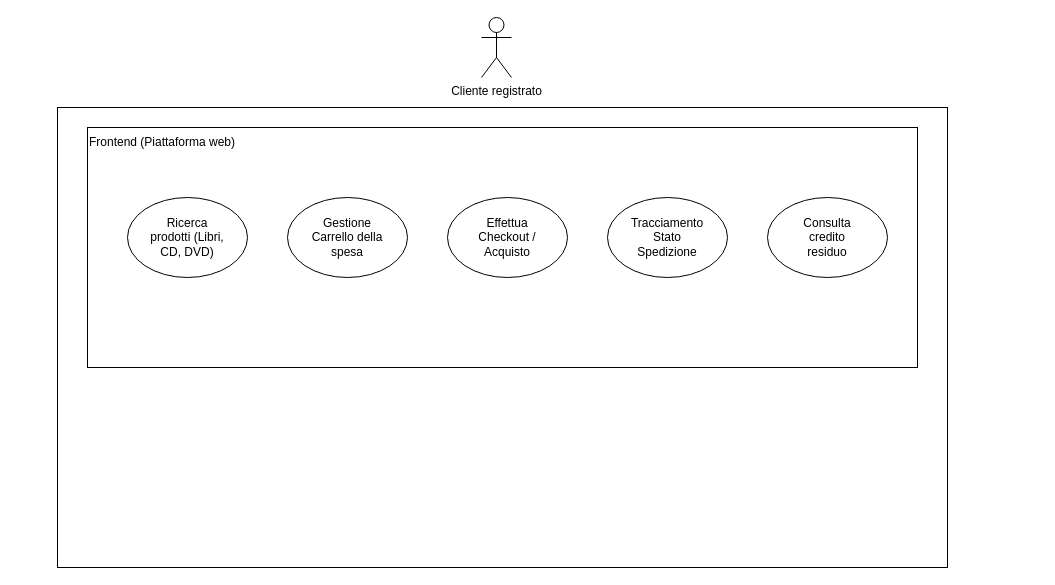
taskos07/UML-casi-pratici keeps this draw.io diagram as Esercizio.drawio. Above is the earlier version. Source tidied: cells renumbered, new cells numbered last; positions are measured from the earlier drawing's top-left corner, leaving out a move shared by most shapes. Both pictures are drawn from the tidied source at 100%, with x=0, y=0 at pixel (57, 17).
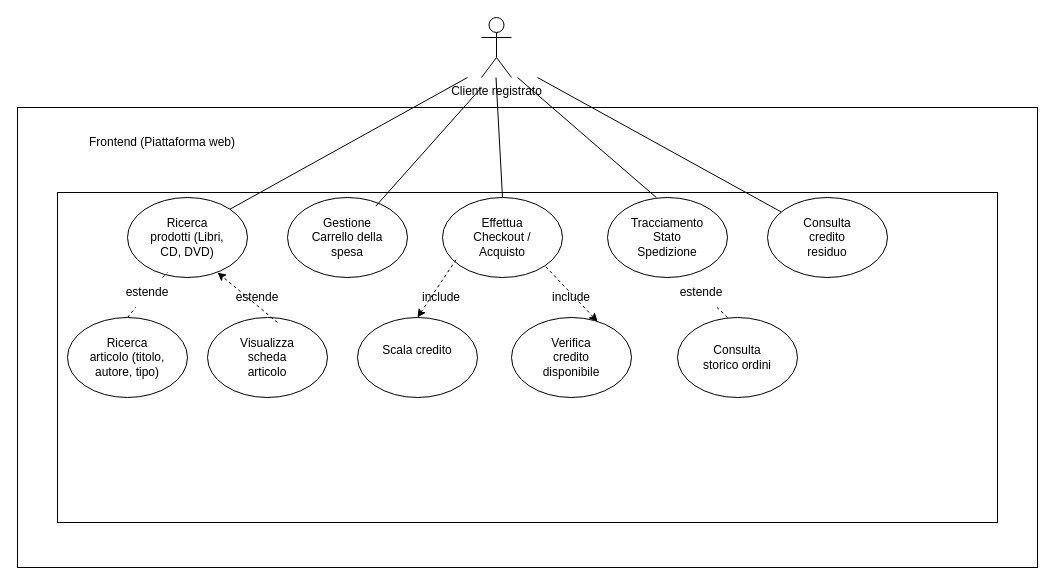
The same page after the edit.

Commit message:
aggiunta relazione include tra checkout e credito

Unchanged cells that the change refers to:
```xml
<mxCell id="6" style="ellipse;whiteSpace=wrap;html=1;shapeInside=1;" parent="1" vertex="1">
  <mxGeometry x="70" y="180" width="120" height="80" as="geometry" />
</mxCell>
<mxCell id="7" style="ellipse;whiteSpace=wrap;html=1;shapeInside=1;" parent="1" vertex="1">
  <mxGeometry x="230" y="180" width="120" height="80" as="geometry" />
</mxCell>
<mxCell id="10" style="ellipse;whiteSpace=wrap;html=1;shapeInside=1;" parent="1" vertex="1">
  <mxGeometry x="710" y="180" width="120" height="80" as="geometry" />
</mxCell>
```

Change to the diagram source:
```diff
@@
     <mxCell id="3" style="rounded=0;whiteSpace=wrap;html=1;" parent="1" vertex="1">
-      <mxGeometry y="90" width="890" height="460" as="geometry" />
+      <mxGeometry x="-40" y="90" width="1020" height="460" as="geometry" />
     </mxCell>
     <mxCell id="4" style="rounded=0;whiteSpace=wrap;html=1;" parent="1" vertex="1">
-      <mxGeometry x="30" y="110" width="830" height="240" as="geometry" />
+      <mxGeometry y="175" width="940" height="330" as="geometry" />
     </mxCell>
@@
     <mxCell id="9" style="ellipse;whiteSpace=wrap;html=1;shapeInside=1;" parent="1" vertex="1">
-      <mxGeometry x="390" y="180" width="120" height="80" as="geometry" />
+      <mxGeometry x="385" y="180" width="120" height="80" as="geometry" />
     </mxCell>
@@
     <mxCell id="13" value="Effettua Checkout / Acquisto" style="text;html=1;whiteSpace=wrap;strokeColor=none;fillColor=none;align=center;verticalAlign=middle;rounded=0;" parent="1" vertex="1">
-      <mxGeometry x="410" y="205" width="80" height="30" as="geometry" />
+      <mxGeometry x="405" y="205" width="80" height="30" as="geometry" />
     </mxCell>
@@
+    <mxCell id="16" style="endArrow=none;html=1;rounded=0;entryX=1;entryY=0;entryDx=0;entryDy=0;" parent="1" edge="1" target="6">
+      <mxGeometry relative="1" as="geometry">
+        <mxPoint x="410" y="60" as="sourcePoint" />
+      </mxGeometry>
+    </mxCell>
+    <mxCell id="17" style="endArrow=none;html=1;rounded=0;entryX=0.736;entryY=0.108;entryDx=0;entryDy=0;entryPerimeter=0;" parent="1" edge="1" target="7">
+      <mxGeometry relative="1" as="geometry">
+        <mxPoint x="424" y="70" as="sourcePoint" />
+      </mxGeometry>
+    </mxCell>
+    <mxCell id="18" style="endArrow=none;html=1;rounded=0;" parent="1" edge="1">
+      <mxGeometry relative="1" as="geometry">
+        <mxPoint x="460" y="60" as="sourcePoint" />
+        <mxPoint x="598.8" y="180" as="targetPoint" />
+      </mxGeometry>
+    </mxCell>
+    <mxCell id="19" style="endArrow=none;html=1;rounded=0;entryX=0.5;entryY=0;entryDx=0;entryDy=0;" parent="1" edge="1" target="9">
+      <mxGeometry relative="1" as="geometry">
+        <mxPoint x="438.5" y="60" as="sourcePoint" />
+      </mxGeometry>
+    </mxCell>
+    <mxCell id="20" style="endArrow=none;html=1;rounded=0;" parent="1" edge="1" target="10">
+      <mxGeometry relative="1" as="geometry">
+        <mxPoint x="480" y="60" as="sourcePoint" />
+      </mxGeometry>
+    </mxCell>
+    <mxCell id="21" style="ellipse;whiteSpace=wrap;html=1;shapeInside=1;" parent="1" vertex="1">
+      <mxGeometry x="300" y="300" width="120" height="80" as="geometry" />
+    </mxCell>
+    <mxCell id="22" value="Scala credito&lt;div&gt;&lt;br&gt;&lt;/div&gt;" style="text;html=1;whiteSpace=wrap;strokeColor=none;fillColor=none;align=center;verticalAlign=middle;rounded=0;" parent="1" vertex="1">
+      <mxGeometry x="320" y="325" width="80" height="30" as="geometry" />
+    </mxCell>
+    <mxCell id="23" style="ellipse;whiteSpace=wrap;html=1;shapeInside=1;" parent="1" vertex="1">
+      <mxGeometry x="454" y="300" width="120" height="80" as="geometry" />
+    </mxCell>
+    <mxCell id="24" style="endArrow=none;dashed=1;html=1;rounded=0;startArrow=classic;startFill=1;exitX=0.717;exitY=0.05;exitDx=0;exitDy=0;exitPerimeter=0;entryX=1;entryY=1;entryDx=0;entryDy=0;" parent="1" edge="1" source="23" target="9">
+      <mxGeometry relative="1" as="geometry" />
+    </mxCell>
+    <mxCell id="25" value="&lt;div&gt;Verifica credito disponibile&lt;/div&gt;" style="text;html=1;whiteSpace=wrap;strokeColor=none;fillColor=none;align=center;verticalAlign=middle;rounded=0;" parent="1" vertex="1">
+      <mxGeometry x="474" y="325" width="80" height="30" as="geometry" />
+    </mxCell>
+    <mxCell id="26" value="include" style="text;html=1;whiteSpace=wrap;strokeColor=none;fillColor=none;align=center;verticalAlign=middle;rounded=0;" parent="1" vertex="1">
+      <mxGeometry x="474" y="265" width="80" height="30" as="geometry" />
+    </mxCell>
+    <mxCell id="27" style="endArrow=none;dashed=1;html=1;rounded=0;startArrow=classic;startFill=1;exitX=0.5;exitY=0;exitDx=0;exitDy=0;" parent="1" edge="1" source="21">
+      <mxGeometry relative="1" as="geometry">
+        <mxPoint x="400" y="240" as="targetPoint" />
+      </mxGeometry>
+    </mxCell>
+    <mxCell id="28" value="include" style="text;html=1;whiteSpace=wrap;strokeColor=none;fillColor=none;align=center;verticalAlign=middle;rounded=0;" parent="1" vertex="1">
+      <mxGeometry x="344" y="265" width="80" height="30" as="geometry" />
+    </mxCell>
+    <mxCell id="29" style="ellipse;whiteSpace=wrap;html=1;shapeInside=1;" parent="1" vertex="1">
+      <mxGeometry x="10" y="300" width="120" height="80" as="geometry" />
+    </mxCell>
+    <mxCell id="30" style="ellipse;whiteSpace=wrap;html=1;shapeInside=1;" parent="1" vertex="1">
+      <mxGeometry x="620" y="300" width="120" height="80" as="geometry" />
+    </mxCell>
+    <mxCell id="31" style="ellipse;whiteSpace=wrap;html=1;shapeInside=1;" parent="1" vertex="1">
+      <mxGeometry x="150" y="300" width="120" height="80" as="geometry" />
+    </mxCell>
+    <mxCell id="32" value="&lt;div&gt;Ricerca articolo (titolo, autore, tipo)&lt;/div&gt;" style="text;html=1;whiteSpace=wrap;strokeColor=none;fillColor=none;align=center;verticalAlign=middle;rounded=0;" parent="1" vertex="1">
+      <mxGeometry x="30" y="325" width="80" height="30" as="geometry" />
+    </mxCell>
+    <mxCell id="33" value="&lt;div&gt;Visualizza scheda articolo&lt;/div&gt;" style="text;html=1;whiteSpace=wrap;strokeColor=none;fillColor=none;align=center;verticalAlign=middle;rounded=0;" parent="1" vertex="1">
+      <mxGeometry x="170" y="325" width="80" height="30" as="geometry" />
+    </mxCell>
+    <mxCell id="34" style="endArrow=none;dashed=1;html=1;rounded=0;startArrow=none;startFill=0;" parent="1" edge="1" source="38">
+      <mxGeometry relative="1" as="geometry">
+        <mxPoint x="110" y="255" as="targetPoint" />
+      </mxGeometry>
+    </mxCell>
+    <mxCell id="35" style="endArrow=classic;dashed=1;html=1;rounded=0;endFill=1;" parent="1" edge="1">
+      <mxGeometry relative="1" as="geometry">
+        <mxPoint x="220" y="305" as="sourcePoint" />
+        <mxPoint x="160" y="255" as="targetPoint" />
+      </mxGeometry>
+    </mxCell>
+    <mxCell id="36" value="estende" style="text;html=1;whiteSpace=wrap;strokeColor=none;fillColor=none;align=center;verticalAlign=middle;rounded=0;" parent="1" vertex="1">
+      <mxGeometry x="160" y="265" width="80" height="30" as="geometry" />
+    </mxCell>
+    <mxCell id="37" style="endArrow=none;dashed=1;html=1;rounded=0;exitX=0.5;exitY=0;exitDx=0;exitDy=0;startArrow=none;startFill=0;" parent="1" edge="1" source="29" target="38">
+      <mxGeometry relative="1" as="geometry" />
+    </mxCell>
+    <mxCell id="38" value="estende" style="text;html=1;whiteSpace=wrap;strokeColor=none;fillColor=none;align=center;verticalAlign=middle;rounded=0;" parent="1" vertex="1">
+      <mxGeometry x="50" y="260" width="80" height="30" as="geometry" />
+    </mxCell>
+    <mxCell id="39" value="&lt;div&gt;Consulta storico ordini&lt;/div&gt;" style="text;html=1;whiteSpace=wrap;strokeColor=none;fillColor=none;align=center;verticalAlign=middle;rounded=0;" parent="1" vertex="1">
+      <mxGeometry x="640" y="325" width="80" height="30" as="geometry" />
+    </mxCell>
+    <mxCell id="40" style="endArrow=none;dashed=1;html=1;rounded=0;" parent="1" edge="1" source="42">
+      <mxGeometry relative="1" as="geometry">
+        <mxPoint x="630" y="260" as="targetPoint" />
+      </mxGeometry>
+    </mxCell>
+    <mxCell id="41" style="endArrow=none;dashed=1;html=1;rounded=0;" parent="1" edge="1" target="42">
+      <mxGeometry relative="1" as="geometry">
+        <mxPoint x="670" y="300" as="sourcePoint" />
+      </mxGeometry>
+    </mxCell>
+    <mxCell id="42" value="estende" style="text;html=1;whiteSpace=wrap;strokeColor=none;fillColor=none;align=center;verticalAlign=middle;rounded=0;" parent="1" vertex="1">
+      <mxGeometry x="604" y="260" width="80" height="30" as="geometry" />
+    </mxCell>
```
